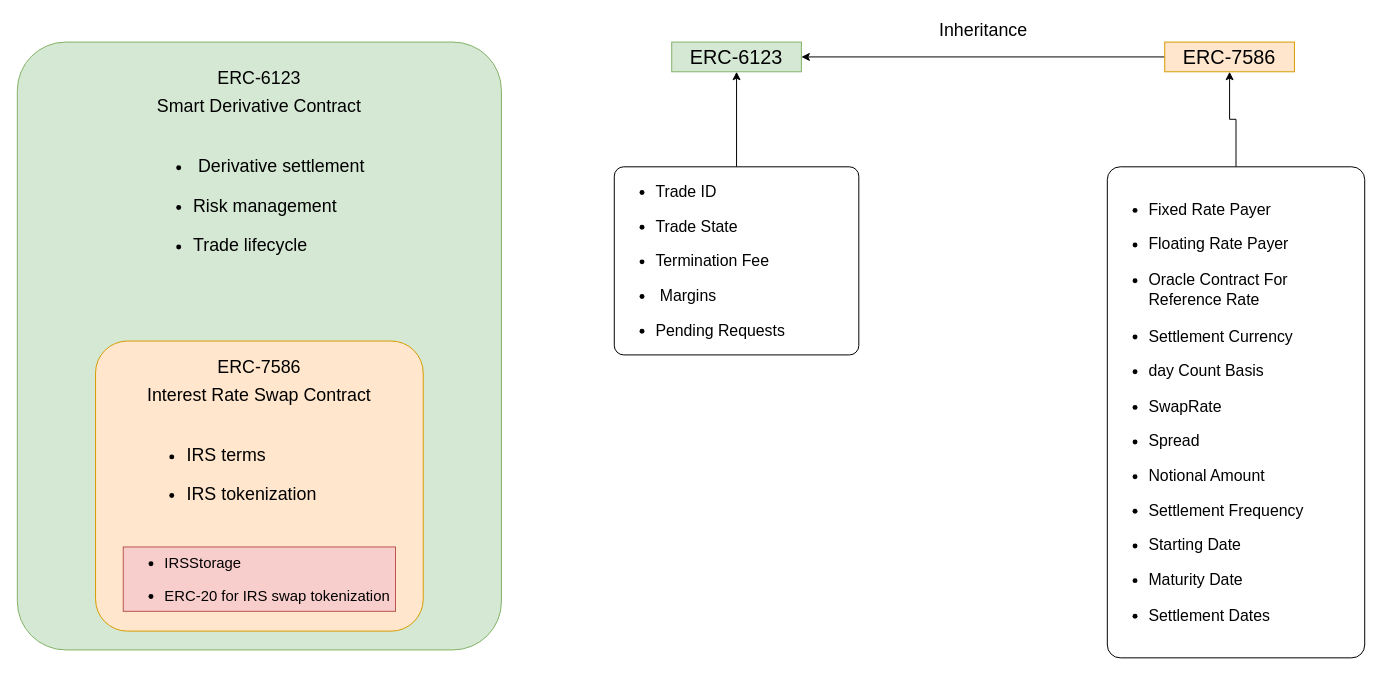
Earlier version of the draw.io diagram page "Smart Contracts" (6 of 6) of qualitaX.drawio (Edoumou/drawings). Source tidied: cells renumbered, new cells numbered last; positions are measured from the earlier drawing's top-left corner, leaving out a move shared by most shapes. Both pictures are drawn from the tidied source at 99%, with x=0, y=0 at pixel (17, 17).
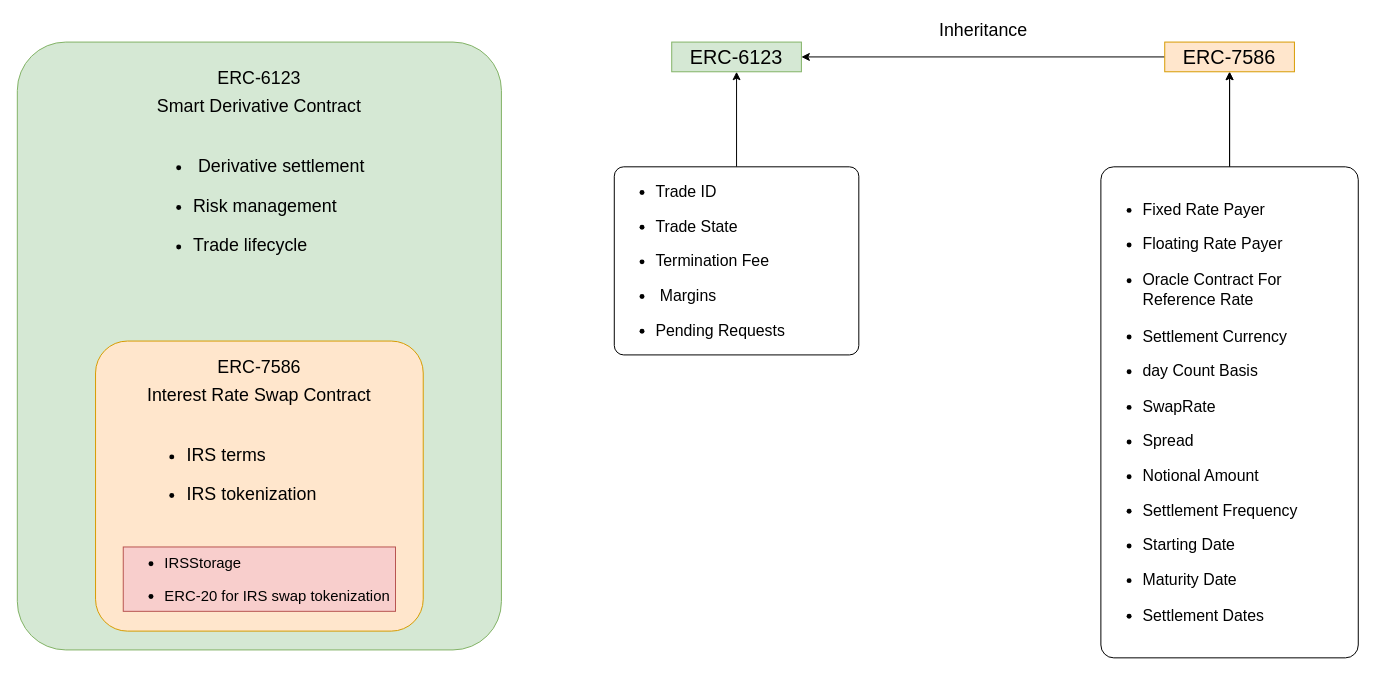
The same page after the edit.

Diff of the diagram source:
```diff
@@
 <mxGraphModel>
   <root>
     <mxCell id="0" />
     <mxCell id="1" parent="0" />
     <mxCell id="2" style="group;" parent="1" vertex="1">
       <mxGeometry y="25" width="489" height="614" as="geometry" />
     </mxCell>
     <mxCell id="3" value="&lt;p style=&quot;line-height: 57%;&quot;&gt;&lt;font style=&quot;font-size: 18px;&quot;&gt;ERC-6123&lt;/font&gt;&lt;/p&gt;&lt;div style=&quot;font-size: 18px;&quot;&gt;&lt;font style=&quot;font-size: 18px;&quot;&gt;Smart Derivative Contract&lt;/font&gt;&lt;/div&gt;&lt;div style=&quot;font-size: 18px;&quot;&gt;&lt;font style=&quot;font-size: 18px;&quot;&gt;&lt;br&gt;&lt;/font&gt;&lt;/div&gt;&lt;div style=&quot;font-size: 18px;&quot;&gt;&lt;ul&gt;&lt;li style=&quot;text-align: left;&quot;&gt;&amp;nbsp;Derivative settlement&lt;/li&gt;&lt;/ul&gt;&lt;ul&gt;&lt;li style=&quot;text-align: left;&quot;&gt;Risk management&lt;/li&gt;&lt;/ul&gt;&lt;ul&gt;&lt;li style=&quot;text-align: left;&quot;&gt;Trade lifecycle&lt;/li&gt;&lt;/ul&gt;&lt;div style=&quot;text-align: left;&quot;&gt;&lt;br&gt;&lt;/div&gt;&lt;div style=&quot;text-align: left;&quot;&gt;&lt;br&gt;&lt;/div&gt;&lt;div style=&quot;text-align: left;&quot;&gt;&lt;br&gt;&lt;/div&gt;&lt;div style=&quot;text-align: left;&quot;&gt;&lt;br&gt;&lt;/div&gt;&lt;div style=&quot;text-align: left;&quot;&gt;&lt;br&gt;&lt;/div&gt;&lt;div style=&quot;text-align: left;&quot;&gt;&lt;br&gt;&lt;/div&gt;&lt;div style=&quot;text-align: left;&quot;&gt;&lt;br&gt;&lt;/div&gt;&lt;div style=&quot;text-align: left;&quot;&gt;&lt;br&gt;&lt;/div&gt;&lt;div style=&quot;text-align: left;&quot;&gt;&lt;br&gt;&lt;/div&gt;&lt;div style=&quot;text-align: left;&quot;&gt;&lt;br&gt;&lt;/div&gt;&lt;div style=&quot;text-align: left;&quot;&gt;&lt;br&gt;&lt;/div&gt;&lt;div style=&quot;text-align: left;&quot;&gt;&lt;br&gt;&lt;/div&gt;&lt;div style=&quot;text-align: left;&quot;&gt;&lt;br&gt;&lt;/div&gt;&lt;div style=&quot;text-align: left;&quot;&gt;&lt;br&gt;&lt;/div&gt;&lt;div style=&quot;text-align: left;&quot;&gt;&lt;br&gt;&lt;/div&gt;&lt;div style=&quot;text-align: left;&quot;&gt;&lt;br&gt;&lt;/div&gt;&lt;/div&gt;&lt;p&gt;&lt;/p&gt;" style="rounded=1;whiteSpace=wrap;html=1;fillColor=#d5e8d4;strokeColor=#82b366;arcSize=10;" parent="2" vertex="1">
       <mxGeometry width="489" height="614" as="geometry" />
     </mxCell>
     <mxCell id="4" value="&lt;p style=&quot;line-height: 57%;&quot;&gt;&lt;font style=&quot;font-size: 18px;&quot;&gt;ERC-7586&lt;/font&gt;&lt;/p&gt;&lt;div style=&quot;font-size: 18px;&quot;&gt;&lt;font style=&quot;font-size: 18px;&quot;&gt;Interest Rate Swap Contract&lt;/font&gt;&lt;/div&gt;&lt;div style=&quot;font-size: 18px;&quot;&gt;&lt;font style=&quot;font-size: 18px;&quot;&gt;&lt;br&gt;&lt;/font&gt;&lt;/div&gt;&lt;div style=&quot;font-size: 18px;&quot;&gt;&lt;ul&gt;&lt;li style=&quot;text-align: left;&quot;&gt;&lt;font style=&quot;font-size: 18px;&quot;&gt;IRS terms&lt;/font&gt;&lt;/li&gt;&lt;/ul&gt;&lt;ul&gt;&lt;li style=&quot;text-align: left;&quot;&gt;&lt;font style=&quot;font-size: 18px;&quot;&gt;IRS tokenization&lt;/font&gt;&lt;/li&gt;&lt;/ul&gt;&lt;div style=&quot;text-align: left;&quot;&gt;&lt;br&gt;&lt;/div&gt;&lt;div style=&quot;text-align: left;&quot;&gt;&lt;br&gt;&lt;/div&gt;&lt;div style=&quot;text-align: left;&quot;&gt;&lt;br&gt;&lt;/div&gt;&lt;div style=&quot;text-align: left;&quot;&gt;&lt;br&gt;&lt;/div&gt;&lt;div style=&quot;text-align: left;&quot;&gt;&lt;/div&gt;&lt;/div&gt;&lt;p&gt;&lt;/p&gt;" style="rounded=1;whiteSpace=wrap;html=1;fillColor=#ffe6cc;strokeColor=#d79b00;arcSize=11;" parent="2" vertex="1">
       <mxGeometry x="79" y="302" width="331" height="293" as="geometry" />
     </mxCell>
     <mxCell id="5" value="&lt;ul style=&quot;font-size: 15px;&quot;&gt;&lt;li style=&quot;&quot;&gt;&lt;font style=&quot;font-size: 15px;&quot;&gt;IRSStorage&lt;/font&gt;&lt;/li&gt;&lt;/ul&gt;&lt;ul style=&quot;font-size: 15px;&quot;&gt;&lt;li&gt;ERC-20 for IRS swap tokenization&lt;/li&gt;&lt;ul&gt;&lt;/ul&gt;&lt;/ul&gt;" style="rounded=0;whiteSpace=wrap;html=1;align=left;fillColor=#f8cecc;strokeColor=#b85450;" parent="2" vertex="1">
       <mxGeometry x="107" y="510" width="275" height="65" as="geometry" />
     </mxCell>
     <mxCell id="6" value="&lt;font style=&quot;font-size: 20px;&quot;&gt;ERC-6123&lt;/font&gt;" style="text;html=1;align=center;verticalAlign=middle;whiteSpace=wrap;rounded=0;fillColor=#d5e8d4;strokeColor=#82b366;" parent="1" vertex="1">
       <mxGeometry x="661" y="25" width="131" height="30" as="geometry" />
     </mxCell>
     <mxCell id="7" style="edgeStyle=orthogonalEdgeStyle;rounded=0;jettySize=auto;html=1;entryX=1;entryY=0.5;entryDx=0;entryDy=0;" parent="1" edge="1" source="8" target="6">
       <mxGeometry relative="1" as="geometry" />
     </mxCell>
     <mxCell id="8" value="&lt;font style=&quot;font-size: 20px;&quot;&gt;ERC-7586&lt;/font&gt;" style="text;html=1;align=center;verticalAlign=middle;whiteSpace=wrap;rounded=0;fillColor=#ffe6cc;strokeColor=#d79b00;" parent="1" vertex="1">
       <mxGeometry x="1159" y="25" width="131" height="30" as="geometry" />
     </mxCell>
     <mxCell id="9" value="&lt;font style=&quot;font-size: 18px;&quot;&gt;Inheritance&lt;/font&gt;" style="text;html=1;align=center;verticalAlign=middle;whiteSpace=wrap;rounded=0;" parent="1" vertex="1">
       <mxGeometry x="921" width="110" height="25" as="geometry" />
     </mxCell>
+    <mxCell id="14" style="edgeStyle=orthogonalEdgeStyle;rounded=0;jettySize=auto;html=1;entryX=0.5;entryY=1;entryDx=0;entryDy=0;" parent="1" edge="1" source="11" target="8">
+      <mxGeometry relative="1" as="geometry" />
+    </mxCell>
     <mxCell id="10" style="edgeStyle=orthogonalEdgeStyle;rounded=0;jettySize=auto;html=1;entryX=0.5;entryY=1;entryDx=0;entryDy=0;" parent="1" edge="1" source="11" target="8">
       <mxGeometry relative="1" as="geometry" />
     </mxCell>
     <mxCell id="11" value="&lt;ul style=&quot;font-size: 16px;&quot;&gt;&lt;li&gt;Fixed Rate Payer&lt;/li&gt;&lt;/ul&gt;&lt;ul style=&quot;font-size: 16px;&quot;&gt;&lt;li&gt;Floating Rate Payer&lt;/li&gt;&lt;/ul&gt;&lt;ul style=&quot;font-size: 16px; line-height: 130%;&quot;&gt;&lt;li&gt;Oracle Contract For Reference Rate&lt;/li&gt;&lt;/ul&gt;&lt;ul style=&quot;font-size: 16px;&quot;&gt;&lt;li&gt;Settlement Currency&lt;/li&gt;&lt;/ul&gt;&lt;ul style=&quot;font-size: 16px;&quot;&gt;&lt;li&gt;day Count Basis&lt;/li&gt;&lt;/ul&gt;&lt;ul style=&quot;font-size: 16px;&quot;&gt;&lt;li&gt;SwapRate&lt;/li&gt;&lt;/ul&gt;&lt;ul style=&quot;font-size: 16px;&quot;&gt;&lt;li&gt;Spread&lt;/li&gt;&lt;/ul&gt;&lt;ul style=&quot;font-size: 16px;&quot;&gt;&lt;li&gt;Notional Amount&lt;/li&gt;&lt;/ul&gt;&lt;ul style=&quot;font-size: 16px;&quot;&gt;&lt;li&gt;Settlement Frequency&lt;/li&gt;&lt;/ul&gt;&lt;ul style=&quot;font-size: 16px;&quot;&gt;&lt;li&gt;Starting Date&lt;/li&gt;&lt;/ul&gt;&lt;ul style=&quot;font-size: 16px;&quot;&gt;&lt;li&gt;Maturity Date&lt;/li&gt;&lt;/ul&gt;&lt;ul style=&quot;font-size: 16px;&quot;&gt;&lt;li&gt;Settlement Dates&lt;/li&gt;&lt;/ul&gt;" style="rounded=1;whiteSpace=wrap;html=1;arcSize=5;align=left;" parent="1" vertex="1">
-      <mxGeometry x="1101" y="151" width="260" height="496" as="geometry" />
+      <mxGeometry x="1094.5" y="151" width="260" height="496" as="geometry" />
     </mxCell>
     <mxCell id="12" style="edgeStyle=orthogonalEdgeStyle;rounded=0;jettySize=auto;html=1;entryX=0.5;entryY=1;entryDx=0;entryDy=0;" parent="1" edge="1" source="13" target="6">
       <mxGeometry relative="1" as="geometry" />
     </mxCell>
     <mxCell id="13" value="&lt;ul style=&quot;font-size: 16px;&quot;&gt;&lt;li&gt;Trade ID&lt;/li&gt;&lt;/ul&gt;&lt;ul style=&quot;font-size: 16px;&quot;&gt;&lt;li&gt;Trade State&lt;/li&gt;&lt;/ul&gt;&lt;ul style=&quot;font-size: 16px;&quot;&gt;&lt;li&gt;Termination Fee&lt;/li&gt;&lt;/ul&gt;&lt;ul style=&quot;font-size: 16px;&quot;&gt;&lt;li&gt;&amp;nbsp;Margins&lt;/li&gt;&lt;/ul&gt;&lt;ul style=&quot;font-size: 16px;&quot;&gt;&lt;li&gt;Pending Requests&lt;/li&gt;&lt;/ul&gt;" style="rounded=1;whiteSpace=wrap;html=1;arcSize=5;align=left;" parent="1" vertex="1">
       <mxGeometry x="603" y="151" width="247" height="190" as="geometry" />
     </mxCell>
   </root>
 </mxGraphModel>
```
